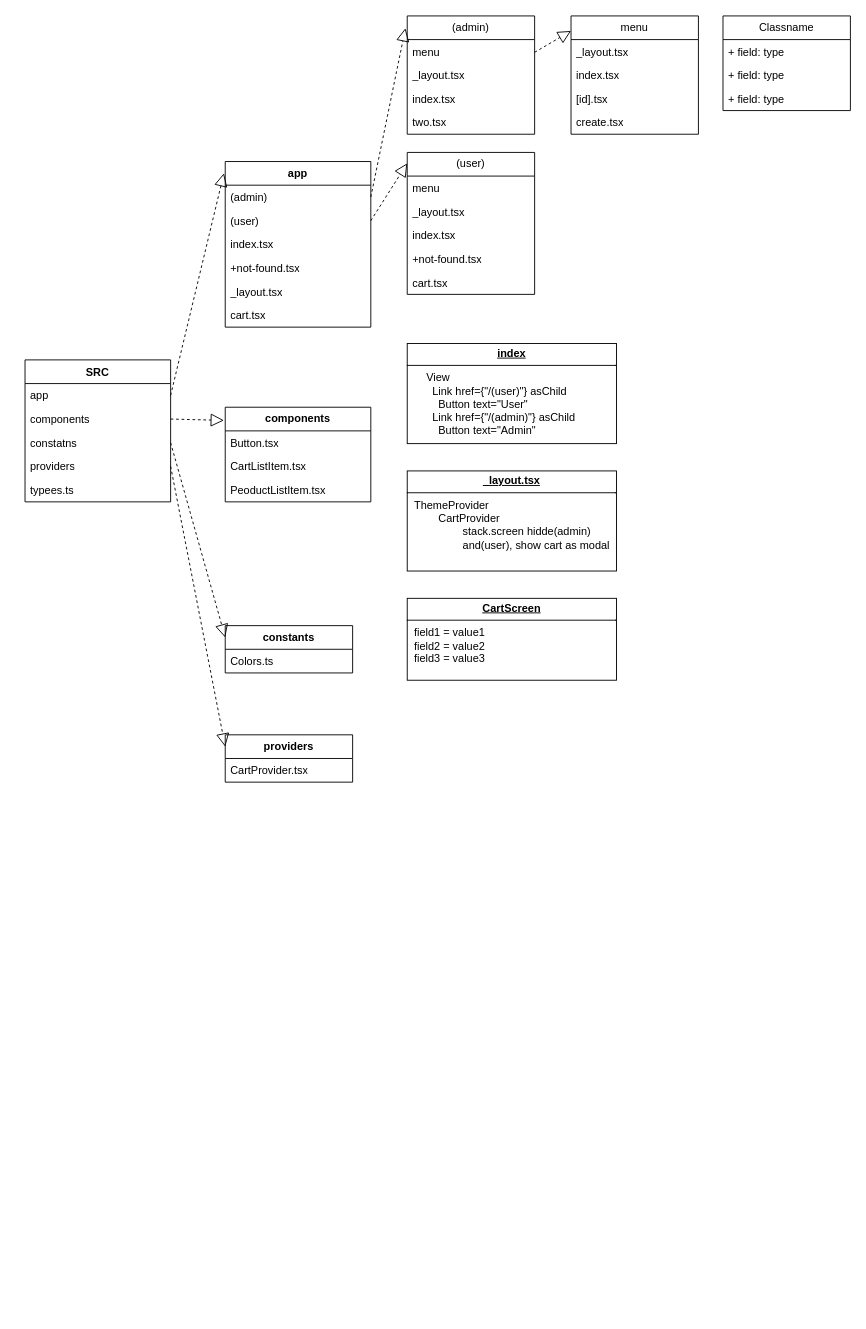
Before: FoodOrdering.drawio in Lilall5829/Pizza-app, a draw.io diagram. Source tidied: cells renumbered, new cells numbered last; positions are measured from the earlier drawing's top-left corner, leaving out a move shared by most shapes. Both pictures are drawn from the tidied source at 91%, with x=0, y=0 at pixel (25, 15).
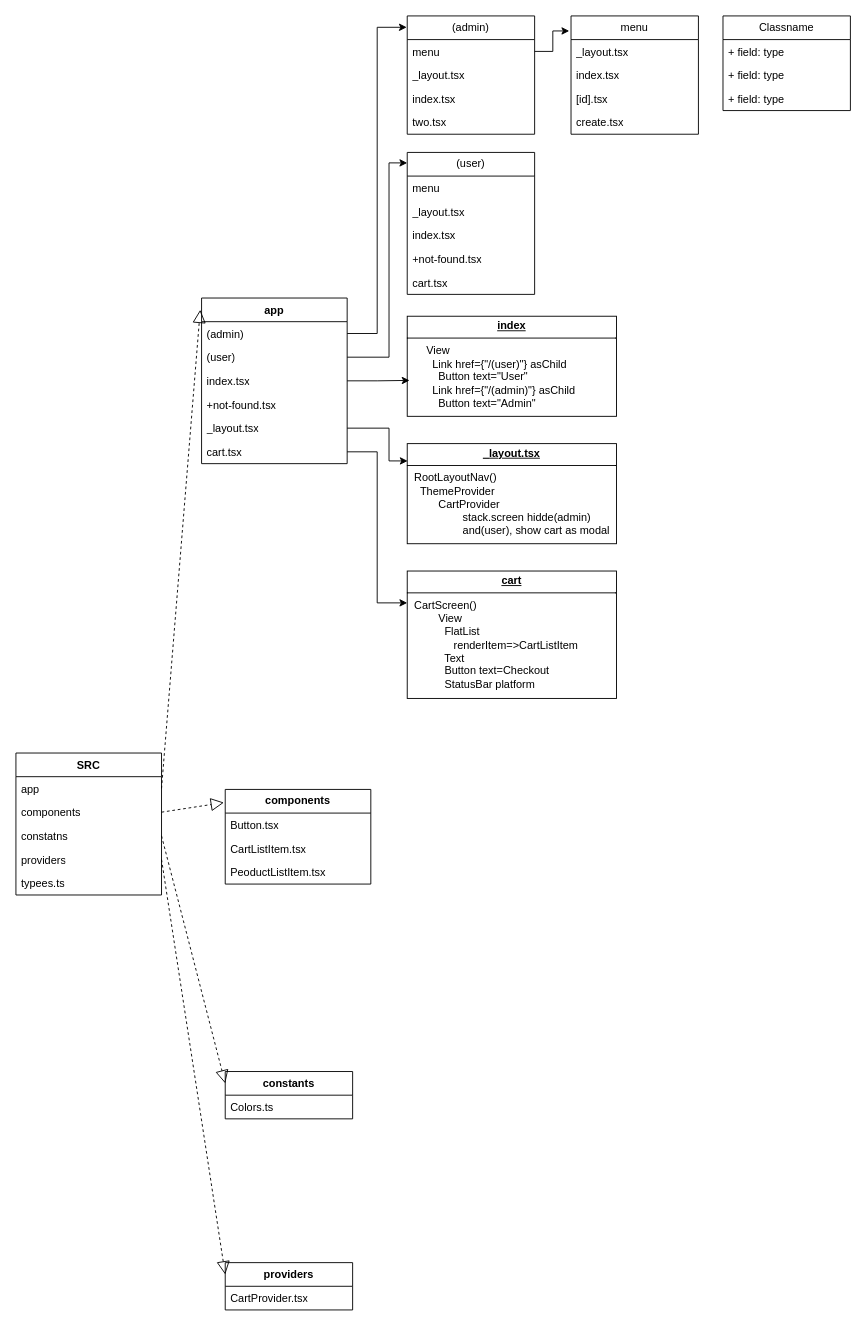
The same page after the edit.

The change refers to these unchanged cells:
```xml
<mxCell id="9" value="(admin)" style="text;strokeColor=none;fillColor=none;align=left;verticalAlign=top;spacingLeft=4;spacingRight=4;overflow=hidden;points=[[0,0.5],[1,0.5]];portConstraint=eastwest;whiteSpace=wrap;html=1;" parent="8" vertex="1">
  <mxGeometry y="26" width="160" height="26" as="geometry" />
</mxCell>
<mxCell id="10" value="(user)" style="text;strokeColor=none;fillColor=none;align=left;verticalAlign=top;spacingLeft=4;spacingRight=4;overflow=hidden;points=[[0,0.5],[1,0.5]];portConstraint=eastwest;whiteSpace=wrap;html=1;" parent="8" vertex="1">
  <mxGeometry y="52" width="160" height="26" as="geometry" />
</mxCell>
<mxCell id="11" value="index.tsx" style="text;strokeColor=none;fillColor=none;align=left;verticalAlign=top;spacingLeft=4;spacingRight=4;overflow=hidden;points=[[0,0.5],[1,0.5]];portConstraint=eastwest;whiteSpace=wrap;html=1;" parent="8" vertex="1">
  <mxGeometry y="78" width="160" height="26" as="geometry" />
</mxCell>
<mxCell id="13" value="_layout.tsx" style="text;strokeColor=none;fillColor=none;align=left;verticalAlign=top;spacingLeft=4;spacingRight=4;overflow=hidden;points=[[0,0.5],[1,0.5]];portConstraint=eastwest;whiteSpace=wrap;html=1;" parent="8" vertex="1">
  <mxGeometry y="130" width="160" height="26" as="geometry" />
</mxCell>
<mxCell id="14" value="cart.tsx" style="text;strokeColor=none;fillColor=none;align=left;verticalAlign=top;spacingLeft=4;spacingRight=4;overflow=hidden;points=[[0,0.5],[1,0.5]];portConstraint=eastwest;whiteSpace=wrap;html=1;" parent="8" vertex="1">
  <mxGeometry y="156" width="160" height="26" as="geometry" />
</mxCell>
<mxCell id="27" value="(admin)" style="swimlane;fontStyle=0;horizontal=1;startSize=26;fillColor=none;whiteSpace=wrap;html=1;" parent="1" vertex="1">
  <mxGeometry x="420" width="140" height="130" as="geometry" />
</mxCell>
<mxCell id="28" value="menu" style="text;strokeColor=none;fillColor=none;align=left;verticalAlign=top;spacingLeft=4;spacingRight=4;overflow=hidden;points=[[0,0.5],[1,0.5]];portConstraint=eastwest;whiteSpace=wrap;html=1;" parent="27" vertex="1">
  <mxGeometry y="26" width="140" height="26" as="geometry" />
</mxCell>
<mxCell id="32" value="(user)" style="swimlane;fontStyle=0;horizontal=1;startSize=26;fillColor=none;whiteSpace=wrap;html=1;" parent="1" vertex="1">
  <mxGeometry x="420" y="150" width="140" height="156" as="geometry" />
</mxCell>
<mxCell id="38" value="menu" style="swimlane;fontStyle=0;horizontal=1;startSize=26;fillColor=none;whiteSpace=wrap;html=1;" parent="1" vertex="1">
  <mxGeometry x="600" width="140" height="130" as="geometry" />
</mxCell>
```

What changed in the source:
```diff
@@
     <mxCell id="2" value="SRC" style="swimlane;fontStyle=1;align=center;verticalAlign=top;horizontal=1;startSize=26;whiteSpace=wrap;html=1;" parent="1" vertex="1">
-      <mxGeometry y="378" width="160" height="156" as="geometry" />
+      <mxGeometry x="-10" y="810" width="160" height="156" as="geometry" />
     </mxCell>
@@
     <mxCell id="8" value="app" style="swimlane;fontStyle=1;align=center;verticalAlign=top;horizontal=1;startSize=26;whiteSpace=wrap;html=1;" parent="1" vertex="1">
-      <mxGeometry x="220" y="160" width="160" height="182" as="geometry" />
+      <mxGeometry x="194" y="310" width="160" height="182" as="geometry" />
     </mxCell>
@@
     <mxCell id="15" value="&lt;b&gt;components&lt;/b&gt;" style="swimlane;fontStyle=0;horizontal=1;startSize=26;fillColor=none;whiteSpace=wrap;html=1;" parent="1" vertex="1">
-      <mxGeometry x="220" y="430" width="160" height="104" as="geometry" />
+      <mxGeometry x="220" y="850" width="160" height="104" as="geometry" />
     </mxCell>
@@
     <mxCell id="19" value="&lt;b&gt;constants&lt;/b&gt;" style="swimlane;fontStyle=0;horizontal=1;startSize=26;fillColor=none;whiteSpace=wrap;html=1;" parent="1" vertex="1">
-      <mxGeometry x="220" y="670" width="140" height="52" as="geometry" />
+      <mxGeometry x="220" y="1160" width="140" height="52" as="geometry" />
     </mxCell>
@@
     <mxCell id="21" value="&lt;b&gt;providers&lt;/b&gt;" style="swimlane;fontStyle=0;horizontal=1;startSize=26;fillColor=none;whiteSpace=wrap;html=1;" parent="1" vertex="1">
-      <mxGeometry x="220" y="790" width="140" height="52" as="geometry" />
+      <mxGeometry x="220" y="1370" width="140" height="52" as="geometry" />
     </mxCell>
@@
-    <mxCell id="43" style="endArrow=block;dashed=1;endFill=0;endSize=12;html=1;rounded=0;entryX=-0.014;entryY=0.104;entryDx=0;entryDy=0;entryPerimeter=0;exitX=1;exitY=0.5;exitDx=0;exitDy=0;" parent="1" edge="1" source="9" target="27">
-      <mxGeometry relative="1" as="geometry" />
-    </mxCell>
-    <mxCell id="44" style="endArrow=block;dashed=1;endFill=0;endSize=12;html=1;rounded=0;exitX=1;exitY=0.5;exitDx=0;exitDy=0;" parent="1" edge="1" source="10">
-      <mxGeometry relative="1" as="geometry">
-        <mxPoint x="420" y="162" as="targetPoint" />
-      </mxGeometry>
-    </mxCell>
-    <mxCell id="45" style="endArrow=block;dashed=1;endFill=0;endSize=12;html=1;rounded=0;entryX=0;entryY=0.127;entryDx=0;entryDy=0;entryPerimeter=0;" parent="1" edge="1" target="38">
-      <mxGeometry relative="1" as="geometry">
-        <mxPoint x="560" y="40" as="sourcePoint" />
-      </mxGeometry>
-    </mxCell>
@@
-    <mxCell id="50" value="&lt;p style=&quot;margin:0px;margin-top:4px;text-align:center;text-decoration:underline;&quot;&gt;&lt;b&gt;_layout.tsx&lt;/b&gt;&lt;/p&gt;&lt;hr size=&quot;1&quot; style=&quot;border-style:solid;&quot;&gt;&lt;p style=&quot;margin:0px;margin-left:8px;&quot;&gt;ThemeProvider&lt;/p&gt;&lt;p style=&quot;margin:0px;margin-left:8px;&quot;&gt;&lt;span style=&quot;white-space: pre;&quot;&gt;&#9;&lt;/span&gt;CartProvider&lt;br&gt;&lt;/p&gt;&lt;p style=&quot;margin:0px;margin-left:8px;&quot;&gt;&lt;span style=&quot;white-space: pre;&quot;&gt;&#9;&lt;/span&gt;&lt;span style=&quot;white-space: pre;&quot;&gt;&#9;&lt;/span&gt;stack.screen hidde(admin)&amp;nbsp; &lt;span style=&quot;white-space: pre;&quot;&gt;&#9;&lt;/span&gt;&lt;span style=&quot;white-space: pre;&quot;&gt;&#9;&lt;/span&gt;and(user), show cart as modal&lt;br&gt;&lt;/p&gt;&lt;p style=&quot;margin:0px;margin-left:8px;&quot;&gt;&lt;br&gt;&lt;/p&gt;" style="verticalAlign=top;align=left;overflow=fill;html=1;whiteSpace=wrap;" parent="1" vertex="1">
-      <mxGeometry x="420" y="500" width="230" height="110" as="geometry" />
+    <mxCell id="50" value="&lt;p style=&quot;margin:0px;margin-top:4px;text-align:center;text-decoration:underline;&quot;&gt;&lt;b&gt;_layout.tsx&lt;/b&gt;&lt;/p&gt;&lt;hr size=&quot;1&quot; style=&quot;border-style:solid;&quot;&gt;&lt;p style=&quot;margin:0px;margin-left:8px;&quot;&gt;RootLayoutNav()&lt;br&gt;&lt;/p&gt;&lt;p style=&quot;margin:0px;margin-left:8px;&quot;&gt;&amp;nbsp; ThemeProvider&lt;/p&gt;&lt;p style=&quot;margin:0px;margin-left:8px;&quot;&gt;&amp;nbsp; &amp;nbsp; &amp;nbsp;&amp;nbsp;&lt;span style=&quot;white-space: pre;&quot;&gt;&#9;&lt;/span&gt;CartProvider&lt;br&gt;&lt;/p&gt;&lt;p style=&quot;margin:0px;margin-left:8px;&quot;&gt;&lt;span style=&quot;white-space: pre;&quot;&gt;&#9;&lt;/span&gt;&lt;span style=&quot;white-space: pre;&quot;&gt;&#9;&lt;/span&gt;stack.screen hidde(admin)&amp;nbsp; &lt;span style=&quot;white-space: pre;&quot;&gt;&#9;&lt;/span&gt;&lt;span style=&quot;white-space: pre;&quot;&gt;&#9;&lt;/span&gt;and(user), show cart as modal&lt;br&gt;&lt;/p&gt;&lt;p style=&quot;margin:0px;margin-left:8px;&quot;&gt;&lt;br&gt;&lt;/p&gt;" style="verticalAlign=top;align=left;overflow=fill;html=1;whiteSpace=wrap;" parent="1" vertex="1">
+      <mxGeometry x="420" y="470" width="230" height="110" as="geometry" />
     </mxCell>
     <mxCell id="51" value="&lt;p style=&quot;margin:0px;margin-top:4px;text-align:center;text-decoration:underline;&quot;&gt;&lt;b&gt;index&lt;/b&gt;&lt;/p&gt;&lt;hr size=&quot;1&quot; style=&quot;border-style:solid;&quot;&gt;&lt;p style=&quot;margin:0px;margin-left:8px;&quot;&gt;&amp;nbsp; &amp;nbsp; View&lt;/p&gt;&lt;p style=&quot;margin:0px;margin-left:8px;&quot;&gt;&amp;nbsp; &amp;nbsp; &amp;nbsp; Link href={&quot;/(user)&quot;} asChild&lt;/p&gt;&lt;p style=&quot;margin:0px;margin-left:8px;&quot;&gt;&amp;nbsp; &amp;nbsp; &amp;nbsp; &amp;nbsp; Button text=&quot;User&quot;&amp;nbsp;&lt;/p&gt;&lt;p style=&quot;margin:0px;margin-left:8px;&quot;&gt;&lt;span style=&quot;background-color: initial;&quot;&gt;&amp;nbsp; &amp;nbsp; &amp;nbsp; Link href={&quot;/(admin)&quot;} asChild&lt;/span&gt;&lt;br&gt;&lt;/p&gt;&lt;p style=&quot;margin:0px;margin-left:8px;&quot;&gt;&amp;nbsp; &amp;nbsp; &amp;nbsp; &amp;nbsp; Button text=&quot;Admin&quot;&lt;/p&gt;&lt;p style=&quot;margin:0px;margin-left:8px;&quot;&gt;&lt;br&gt;&lt;/p&gt;" style="verticalAlign=top;align=left;overflow=fill;html=1;whiteSpace=wrap;" parent="1" vertex="1">
-      <mxGeometry x="420" y="360" width="230" height="110" as="geometry" />
+      <mxGeometry x="420" y="330" width="230" height="110" as="geometry" />
     </mxCell>
-    <mxCell id="52" value="&lt;p style=&quot;margin:0px;margin-top:4px;text-align:center;text-decoration:underline;&quot;&gt;&lt;b&gt;CartScreen&lt;/b&gt;&lt;/p&gt;&lt;hr size=&quot;1&quot; style=&quot;border-style:solid;&quot;&gt;&lt;p style=&quot;margin:0px;margin-left:8px;&quot;&gt;field1 = value1&lt;br&gt;field2 = value2&lt;br&gt;field3 = value3&lt;/p&gt;" style="verticalAlign=top;align=left;overflow=fill;html=1;whiteSpace=wrap;" parent="1" vertex="1">
-      <mxGeometry x="420" y="640" width="230" height="90" as="geometry" />
+    <mxCell id="52" value="&lt;p style=&quot;margin:0px;margin-top:4px;text-align:center;text-decoration:underline;&quot;&gt;&lt;b&gt;cart&lt;/b&gt;&lt;/p&gt;&lt;hr size=&quot;1&quot; style=&quot;border-style:solid;&quot;&gt;&lt;p style=&quot;margin:0px;margin-left:8px;&quot;&gt;CartScreen()&lt;/p&gt;&lt;p style=&quot;margin:0px;margin-left:8px;&quot;&gt;&lt;span style=&quot;white-space: pre;&quot;&gt;&#9;&lt;/span&gt;View&lt;br&gt;&lt;/p&gt;&lt;p style=&quot;margin:0px;margin-left:8px;&quot;&gt;&lt;span style=&quot;white-space: pre;&quot;&gt;&#9;&amp;nbsp;&lt;/span&gt;&amp;nbsp;FlatList&lt;br&gt;&lt;/p&gt;&lt;p style=&quot;margin:0px;margin-left:8px;&quot;&gt;&lt;span style=&quot;white-space: pre;&quot;&gt;&#9;&lt;/span&gt;&amp;nbsp; &amp;nbsp; &amp;nbsp;renderItem=&amp;gt;CartListItem&lt;br&gt;&lt;/p&gt;&lt;p style=&quot;margin:0px;margin-left:8px;&quot;&gt;&lt;span style=&quot;white-space: pre;&quot;&gt;&#9;&lt;/span&gt;&amp;nbsp; Text&lt;br&gt;&lt;/p&gt;&lt;p style=&quot;margin:0px;margin-left:8px;&quot;&gt;&lt;span style=&quot;white-space: pre;&quot;&gt;&#9;&lt;/span&gt;&amp;nbsp; Button text=Checkout&lt;br&gt;&lt;/p&gt;&lt;p style=&quot;margin:0px;margin-left:8px;&quot;&gt;&lt;span style=&quot;white-space: pre;&quot;&gt;&#9;&lt;/span&gt;&amp;nbsp; StatusBar platform&lt;br&gt;&lt;/p&gt;" style="verticalAlign=top;align=left;overflow=fill;html=1;whiteSpace=wrap;" parent="1" vertex="1">
+      <mxGeometry x="420" y="610" width="230" height="140" as="geometry" />
     </mxCell>
+    <mxCell id="53" style="edgeStyle=orthogonalEdgeStyle;rounded=0;jettySize=auto;html=1;entryX=0;entryY=0.25;entryDx=0;entryDy=0;" parent="1" edge="1" source="14" target="52">
+      <mxGeometry relative="1" as="geometry" />
+    </mxCell>
+    <mxCell id="54" style="edgeStyle=orthogonalEdgeStyle;rounded=0;jettySize=auto;html=1;entryX=0.002;entryY=0.173;entryDx=0;entryDy=0;entryPerimeter=0;" parent="1" edge="1" source="13" target="50">
+      <mxGeometry relative="1" as="geometry">
+        <Array as="points">
+          <mxPoint x="400" y="453" />
+          <mxPoint x="400" y="489" />
+        </Array>
+      </mxGeometry>
+    </mxCell>
+    <mxCell id="55" style="edgeStyle=orthogonalEdgeStyle;rounded=0;jettySize=auto;html=1;entryX=0.011;entryY=0.641;entryDx=0;entryDy=0;entryPerimeter=0;" parent="1" edge="1" source="11" target="51">
+      <mxGeometry relative="1" as="geometry" />
+    </mxCell>
+    <mxCell id="56" style="edgeStyle=orthogonalEdgeStyle;rounded=0;jettySize=auto;html=1;entryX=0;entryY=0.074;entryDx=0;entryDy=0;entryPerimeter=0;" parent="1" edge="1" source="10" target="32">
+      <mxGeometry relative="1" as="geometry">
+        <Array as="points">
+          <mxPoint x="400" y="375" />
+          <mxPoint x="400" y="162" />
+        </Array>
+      </mxGeometry>
+    </mxCell>
+    <mxCell id="43" style="edgeStyle=orthogonalEdgeStyle;rounded=0;jettySize=auto;html=1;entryX=-0.004;entryY=0.096;entryDx=0;entryDy=0;entryPerimeter=0;" parent="1" edge="1" source="9" target="27">
+      <mxGeometry relative="1" as="geometry" />
+    </mxCell>
+    <mxCell id="57" style="edgeStyle=orthogonalEdgeStyle;rounded=0;jettySize=auto;html=1;entryX=-0.014;entryY=0.127;entryDx=0;entryDy=0;entryPerimeter=0;" parent="1" edge="1" source="28" target="38">
+      <mxGeometry relative="1" as="geometry" />
+    </mxCell>
```
